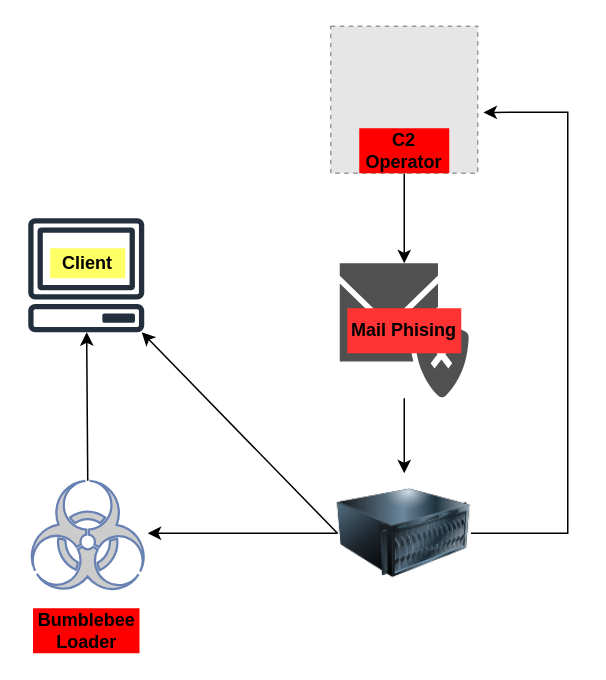
caubengungo/IAM302t keeps this draw.io diagram as APT_malware.drawio. Above is the earlier version. Source tidied: cells renumbered, new cells numbered last; positions are measured from the earlier drawing's top-left corner, leaving out a move shared by most shapes. Both pictures are drawn from the tidied source at 150%, with x=0, y=0 at pixel (27, 26). Pictures stored in the file or linked from it are replaced by grey dashed boxes.
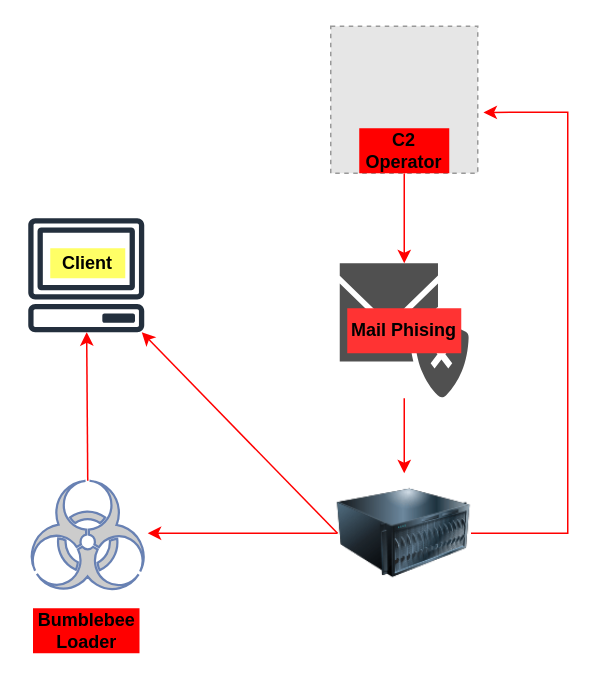
After the change.

Commit message (it also covers changes not shown here):
Cập nhật APT_malware.drawio

What changed in the source:
```diff
@@
 <mxGraphModel>
   <root>
     <mxCell id="0" />
     <mxCell id="1" parent="0" />
     <mxCell id="2" style="fontColor=#0066CC;verticalAlign=top;verticalLabelPosition=bottom;labelPosition=center;align=center;html=1;outlineConnect=0;fillColor=#CCCCCC;strokeColor=#6881B3;gradientColor=none;gradientDirection=north;strokeWidth=2;shape=mxgraph.networks.virus;" parent="1" vertex="1">
       <mxGeometry y="303" width="80" height="75" as="geometry" />
     </mxCell>
-    <mxCell id="3" style="edgeStyle=orthogonalEdgeStyle;rounded=0;jettySize=auto;html=1;fontStyle=1;" parent="1" edge="1" source="4" target="8">
+    <mxCell id="3" style="edgeStyle=orthogonalEdgeStyle;rounded=0;jettySize=auto;html=1;fontStyle=1;strokeColor=#FF0000;" parent="1" edge="1" source="4" target="8">
       <mxGeometry relative="1" as="geometry" />
     </mxCell>
     <mxCell id="4" style="sketch=0;shadow=0;dashed=0;html=1;strokeColor=none;fillColor=#505050;labelPosition=center;verticalLabelPosition=bottom;verticalAlign=top;outlineConnect=0;align=center;shape=mxgraph.office.concepts.phishing;" parent="1" vertex="1">
       <mxGeometry x="208" y="158" width="86" height="90" as="geometry" />
     </mxCell>
     <mxCell id="5" value="&lt;b&gt;Mail Phising&lt;/b&gt;" style="text;html=1;align=center;verticalAlign=middle;whiteSpace=wrap;rounded=0;fillColor=#FF3333;" parent="1" vertex="1">
       <mxGeometry x="213" y="188" width="76" height="30" as="geometry" />
     </mxCell>
     <mxCell id="6" value="&lt;b&gt;Bumblebee Loader&lt;/b&gt;" style="text;html=1;align=center;verticalAlign=middle;whiteSpace=wrap;rounded=0;fillColor=#FF0000;" parent="1" vertex="1">
       <mxGeometry x="3.5" y="388" width="71" height="30" as="geometry" />
     </mxCell>
-    <mxCell id="7" style="edgeStyle=orthogonalEdgeStyle;rounded=0;jettySize=auto;html=1;entryX=1.039;entryY=0.586;entryDx=0;entryDy=0;entryPerimeter=0;" parent="1" edge="1" source="8" target="10">
+    <mxCell id="7" style="edgeStyle=orthogonalEdgeStyle;rounded=0;jettySize=auto;html=1;entryX=1.039;entryY=0.586;entryDx=0;entryDy=0;entryPerimeter=0;strokeColor=#FF0000;" parent="1" edge="1" source="8" target="10">
       <mxGeometry relative="1" as="geometry">
         <Array as="points">
           <mxPoint x="360" y="338" />
           <mxPoint x="360" y="57" />
         </Array>
       </mxGeometry>
     </mxCell>
     <mxCell id="8" style="image;html=1;image=img/lib/clip_art/computers/Server_128x128.png;" parent="1" vertex="1">
       <mxGeometry x="206.5" y="298" width="89" height="80" as="geometry" />
     </mxCell>
-    <mxCell id="9" style="edgeStyle=orthogonalEdgeStyle;rounded=0;jettySize=auto;html=1;" parent="1" edge="1" source="10" target="4">
+    <mxCell id="9" style="edgeStyle=orthogonalEdgeStyle;rounded=0;jettySize=auto;html=1;strokeColor=#FF0000;" parent="1" edge="1" source="10" target="4">
       <mxGeometry relative="1" as="geometry" />
     </mxCell>
     <mxCell id="10" style="fillColor=#E6E6E6;strokeColor=#999999;dashed=1;html=1;verticalAlign=top;verticalLabelPosition=bottom;labelBackgroundColor=#ffffff;" parent="1" vertex="1">
       <mxGeometry x="202" width="98" height="98" as="geometry" />
     </mxCell>
     <mxCell id="11" value="C2 Operator" style="text;html=1;align=center;verticalAlign=middle;whiteSpace=wrap;rounded=0;fillColor=#FF0000;fontStyle=1;" parent="1" vertex="1">
       <mxGeometry x="221" y="68" width="60" height="30" as="geometry" />
     </mxCell>
     <mxCell id="12" style="sketch=0;outlineConnect=0;fontColor=#232F3E;gradientColor=none;fillColor=#232F3D;strokeColor=none;dashed=0;verticalLabelPosition=bottom;verticalAlign=top;align=center;html=1;fontSize=12;fontStyle=0;shape=mxgraph.aws4.client;" parent="1" vertex="1">
       <mxGeometry y="128" width="78" height="76" as="geometry" />
     </mxCell>
-    <mxCell id="13" style="endArrow=classic;html=1;rounded=0;exitX=0;exitY=0.5;exitDx=0;exitDy=0;" parent="1" edge="1" source="8" target="12">
+    <mxCell id="13" style="endArrow=classic;html=1;rounded=0;exitX=0;exitY=0.5;exitDx=0;exitDy=0;strokeColor=#FF0000;" parent="1" edge="1" source="8" target="12">
       <mxGeometry relative="1" as="geometry" />
     </mxCell>
-    <mxCell id="14" style="endArrow=classic;html=1;rounded=0;exitX=0;exitY=0.5;exitDx=0;exitDy=0;" parent="1" edge="1" source="8">
+    <mxCell id="14" style="endArrow=classic;html=1;rounded=0;exitX=0;exitY=0.5;exitDx=0;exitDy=0;fillColor=#FF0000;strokeColor=#FF0000;" parent="1" edge="1" source="8">
       <mxGeometry relative="1" as="geometry">
         <mxPoint x="80" y="338" as="targetPoint" />
       </mxGeometry>
     </mxCell>
     <mxCell id="15" value="&lt;b&gt;Client&lt;/b&gt;" style="text;html=1;align=center;verticalAlign=middle;whiteSpace=wrap;rounded=0;fillColor=#FFFF66;" parent="1" vertex="1">
       <mxGeometry x="15" y="148" width="50" height="20" as="geometry" />
     </mxCell>
-    <mxCell id="16" style="endArrow=classic;html=1;rounded=0;exitX=0.5;exitY=0;exitDx=0;exitDy=0;exitPerimeter=0;" parent="1" edge="1" source="2" target="12">
+    <mxCell id="16" style="endArrow=classic;html=1;rounded=0;exitX=0.5;exitY=0;exitDx=0;exitDy=0;exitPerimeter=0;strokeColor=#FF0000;" parent="1" edge="1" source="2" target="12">
       <mxGeometry relative="1" as="geometry" />
     </mxCell>
   </root>
 </mxGraphModel>
```
